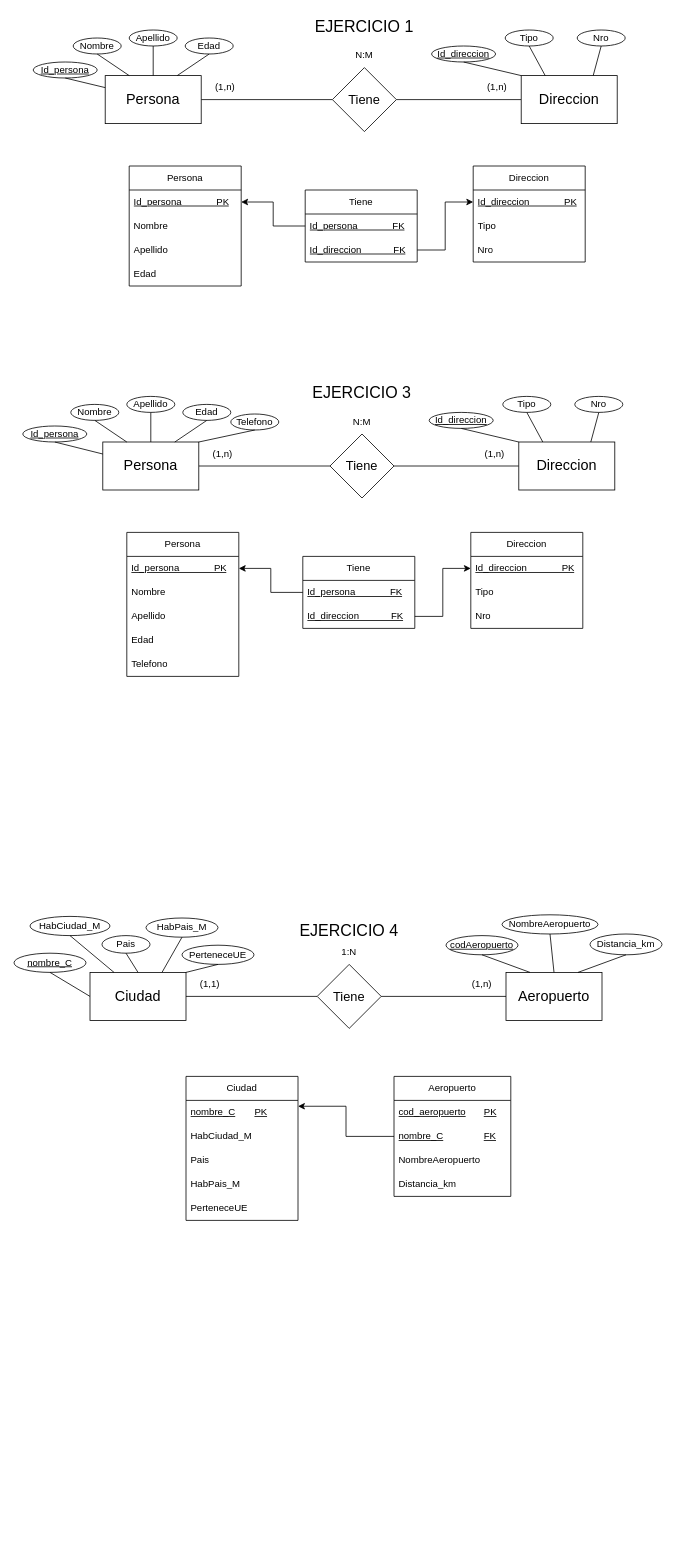
CGMarval/BAE keeps this draw.io diagram as Diagramas-Ejercicios-BD.drawio. Above is the earlier version. Source tidied: cells renumbered, new cells numbered last; positions are measured from the earlier drawing's top-left corner, leaving out a move shared by most shapes. Both pictures are drawn from the tidied source at 80%, with x=0, y=0 at pixel (14, 14).
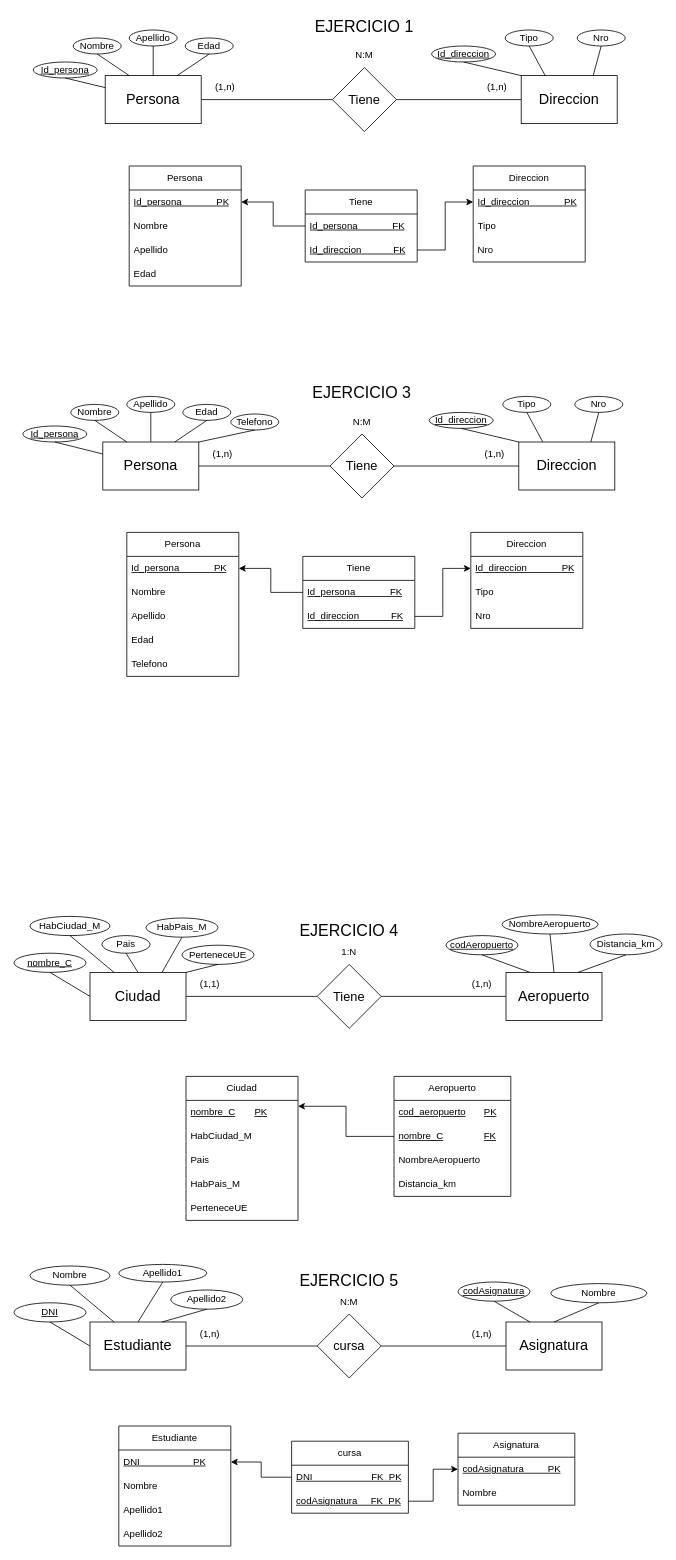
The same diagram, later.

Diff of the diagram source:
```diff
@@
+    <mxCell id="116" style="edgeStyle=orthogonalEdgeStyle;rounded=0;jettySize=auto;html=1;endArrow=none;endFill=0;" parent="1" edge="1" source="117" target="119">
+      <mxGeometry relative="1" as="geometry" />
+    </mxCell>
+    <mxCell id="117" value="&lt;font style=&quot;font-size: 18px;&quot;&gt;Estudiante&lt;/font&gt;" style="rounded=0;whiteSpace=wrap;html=1;" parent="1" vertex="1">
+      <mxGeometry x="95" y="1635" width="120" height="60" as="geometry" />
+    </mxCell>
+    <mxCell id="118" style="edgeStyle=orthogonalEdgeStyle;rounded=0;jettySize=auto;html=1;endArrow=none;endFill=0;" parent="1" edge="1" source="119" target="120">
+      <mxGeometry relative="1" as="geometry" />
+    </mxCell>
+    <mxCell id="119" value="&lt;font style=&quot;font-size: 16px;&quot;&gt;cursa&lt;/font&gt;" style="rhombus;whiteSpace=wrap;html=1;" parent="1" vertex="1">
+      <mxGeometry x="379" y="1625" width="80" height="80" as="geometry" />
+    </mxCell>
+    <mxCell id="120" value="&lt;font style=&quot;font-size: 18px;&quot;&gt;Asignatura&lt;/font&gt;" style="rounded=0;whiteSpace=wrap;html=1;" parent="1" vertex="1">
+      <mxGeometry x="615" y="1635" width="120" height="60" as="geometry" />
+    </mxCell>
+    <mxCell id="121" value="(1,n)" style="text;html=1;strokeColor=none;fillColor=none;align=center;verticalAlign=middle;whiteSpace=wrap;rounded=0;" parent="1" vertex="1">
+      <mxGeometry x="555" y="1635" width="60" height="30" as="geometry" />
+    </mxCell>
+    <mxCell id="122" value="(1,n)" style="text;html=1;strokeColor=none;fillColor=none;align=center;verticalAlign=middle;whiteSpace=wrap;rounded=0;" parent="1" vertex="1">
+      <mxGeometry x="215" y="1635" width="60" height="30" as="geometry" />
+    </mxCell>
+    <mxCell id="123" value="N:M" style="text;html=1;strokeColor=none;fillColor=none;align=center;verticalAlign=middle;whiteSpace=wrap;rounded=0;" parent="1" vertex="1">
+      <mxGeometry x="389" y="1595" width="60" height="30" as="geometry" />
+    </mxCell>
+    <mxCell id="124" value="Estudiante" style="swimlane;fontStyle=0;horizontal=1;startSize=30;whiteSpace=wrap;html=1;" parent="1" vertex="1">
+      <mxGeometry x="131" y="1765" width="140" height="150" as="geometry" />
+    </mxCell>
+    <mxCell id="125" value="DNI&amp;nbsp; &amp;nbsp; &amp;nbsp; &amp;nbsp; &amp;nbsp; &amp;nbsp; &amp;nbsp; &amp;nbsp; &amp;nbsp; &amp;nbsp; PK" style="text;strokeColor=none;fillColor=none;align=left;verticalAlign=middle;spacingLeft=4;spacingRight=4;overflow=hidden;points=[[0,0.5],[1,0.5]];portConstraint=eastwest;whiteSpace=wrap;html=1;fontStyle=4;" parent="124" vertex="1">
+      <mxGeometry y="30" width="140" height="30" as="geometry" />
+    </mxCell>
+    <mxCell id="126" value="Nombre" style="text;strokeColor=none;fillColor=none;align=left;verticalAlign=middle;spacingLeft=4;spacingRight=4;overflow=hidden;whiteSpace=wrap;html=1;" parent="124" vertex="1">
+      <mxGeometry y="60" width="140" height="30" as="geometry" />
+    </mxCell>
+    <mxCell id="127" value="Apellido1" style="text;strokeColor=none;fillColor=none;align=left;verticalAlign=middle;spacingLeft=4;spacingRight=4;overflow=hidden;whiteSpace=wrap;html=1;" parent="124" vertex="1">
+      <mxGeometry y="90" width="140" height="30" as="geometry" />
+    </mxCell>
+    <mxCell id="128" value="Apellido2" style="text;strokeColor=none;fillColor=none;align=left;verticalAlign=middle;spacingLeft=4;spacingRight=4;overflow=hidden;whiteSpace=wrap;html=1;" parent="124" vertex="1">
+      <mxGeometry y="120" width="140" height="30" as="geometry" />
+    </mxCell>
+    <mxCell id="129" value="Asignatura" style="swimlane;fontStyle=0;horizontal=1;startSize=30;whiteSpace=wrap;html=1;" parent="1" vertex="1">
+      <mxGeometry x="555" y="1774" width="146" height="90" as="geometry" />
+    </mxCell>
+    <mxCell id="130" value="codAsignatura&amp;nbsp; &amp;nbsp; &amp;nbsp; &amp;nbsp; &amp;nbsp;PK" style="text;strokeColor=none;fillColor=none;align=left;verticalAlign=middle;spacingLeft=4;spacingRight=4;overflow=hidden;points=[[0,0.5],[1,0.5]];portConstraint=eastwest;whiteSpace=wrap;html=1;fontStyle=4;" parent="129" vertex="1">
+      <mxGeometry y="30" width="146" height="30" as="geometry" />
+    </mxCell>
+    <mxCell id="131" value="Nombre" style="text;strokeColor=none;fillColor=none;align=left;verticalAlign=middle;spacingLeft=4;spacingRight=4;overflow=hidden;whiteSpace=wrap;html=1;" parent="129" vertex="1">
+      <mxGeometry y="60" width="146" height="30" as="geometry" />
+    </mxCell>
+    <mxCell id="132" value="&lt;font style=&quot;font-size: 20px;&quot;&gt;EJERCICIO 5&lt;/font&gt;" style="text;html=1;strokeColor=none;fillColor=none;align=center;verticalAlign=middle;whiteSpace=wrap;rounded=0;" parent="1" vertex="1">
+      <mxGeometry x="345" y="1567" width="148" height="30" as="geometry" />
+    </mxCell>
+    <mxCell id="133" value="DNI" style="ellipse;whiteSpace=wrap;html=1;fontStyle=4;" parent="1" vertex="1">
+      <mxGeometry y="1611" width="90" height="24" as="geometry" />
+    </mxCell>
+    <mxCell id="134" value="Nombre" style="ellipse;whiteSpace=wrap;html=1;" parent="1" vertex="1">
+      <mxGeometry x="20" y="1565" width="100" height="24" as="geometry" />
+    </mxCell>
+    <mxCell id="135" value="Apellido2" style="ellipse;whiteSpace=wrap;html=1;" parent="1" vertex="1">
+      <mxGeometry x="196" y="1595" width="90" height="24" as="geometry" />
+    </mxCell>
+    <mxCell id="136" value="Apellido1" style="ellipse;whiteSpace=wrap;html=1;" parent="1" vertex="1">
+      <mxGeometry x="131" y="1563" width="110" height="22" as="geometry" />
+    </mxCell>
+    <mxCell id="137" style="endArrow=none;html=1;rounded=0;entryX=0.5;entryY=1;entryDx=0;entryDy=0;exitX=0;exitY=0.5;exitDx=0;exitDy=0;" parent="1" edge="1" source="117" target="133">
+      <mxGeometry relative="1" as="geometry" />
+    </mxCell>
+    <mxCell id="138" style="endArrow=none;html=1;rounded=0;entryX=0.5;entryY=1;entryDx=0;entryDy=0;exitX=0.25;exitY=0;exitDx=0;exitDy=0;" parent="1" edge="1" source="117" target="134">
+      <mxGeometry relative="1" as="geometry" />
+    </mxCell>
+    <mxCell id="139" style="endArrow=none;html=1;rounded=0;entryX=0.5;entryY=1;entryDx=0;entryDy=0;exitX=0.5;exitY=0;exitDx=0;exitDy=0;" parent="1" edge="1" source="117" target="136">
+      <mxGeometry relative="1" as="geometry" />
+    </mxCell>
+    <mxCell id="140" style="endArrow=none;html=1;rounded=0;entryX=0.5;entryY=1;entryDx=0;entryDy=0;exitX=0.75;exitY=0;exitDx=0;exitDy=0;" parent="1" edge="1" source="117" target="135">
+      <mxGeometry relative="1" as="geometry" />
+    </mxCell>
+    <mxCell id="141" value="codAsignatura" style="ellipse;whiteSpace=wrap;html=1;fontStyle=4;" parent="1" vertex="1">
+      <mxGeometry x="555" y="1585" width="90" height="24" as="geometry" />
+    </mxCell>
+    <mxCell id="142" value="Nombre" style="ellipse;whiteSpace=wrap;html=1;" parent="1" vertex="1">
+      <mxGeometry x="671" y="1587" width="120" height="24" as="geometry" />
+    </mxCell>
+    <mxCell id="143" style="endArrow=none;html=1;rounded=0;entryX=0.5;entryY=1;entryDx=0;entryDy=0;exitX=0.5;exitY=0;exitDx=0;exitDy=0;" parent="1" edge="1" source="120" target="142">
+      <mxGeometry relative="1" as="geometry" />
+    </mxCell>
+    <mxCell id="144" style="endArrow=none;html=1;rounded=0;entryX=0.5;entryY=1;entryDx=0;entryDy=0;exitX=0.25;exitY=0;exitDx=0;exitDy=0;" parent="1" edge="1" source="120" target="141">
+      <mxGeometry relative="1" as="geometry" />
+    </mxCell>
+    <mxCell id="145" value="cursa" style="swimlane;fontStyle=0;horizontal=1;startSize=30;whiteSpace=wrap;html=1;" parent="1" vertex="1">
+      <mxGeometry x="347" y="1784" width="146" height="90" as="geometry" />
+    </mxCell>
+    <mxCell id="146" value="DNI&amp;nbsp; &amp;nbsp; &amp;nbsp; &amp;nbsp; &amp;nbsp; &amp;nbsp; &amp;nbsp; &amp;nbsp; &amp;nbsp; &amp;nbsp; &amp;nbsp; FK&amp;nbsp; PK" style="text;strokeColor=none;fillColor=none;align=left;verticalAlign=middle;spacingLeft=4;spacingRight=4;overflow=hidden;points=[[0,0.5],[1,0.5]];portConstraint=eastwest;whiteSpace=wrap;html=1;fontStyle=4;" parent="145" vertex="1">
+      <mxGeometry y="30" width="146" height="30" as="geometry" />
+    </mxCell>
+    <mxCell id="147" value="&lt;u&gt;codAsignatura&amp;nbsp; &amp;nbsp; &amp;nbsp;FK&amp;nbsp; PK&lt;/u&gt;" style="text;strokeColor=none;fillColor=none;align=left;verticalAlign=middle;spacingLeft=4;spacingRight=4;overflow=hidden;points=[[0,0.5],[1,0.5]];portConstraint=eastwest;whiteSpace=wrap;html=1;" parent="145" vertex="1">
+      <mxGeometry y="60" width="146" height="30" as="geometry" />
+    </mxCell>
+    <mxCell id="148" style="edgeStyle=orthogonalEdgeStyle;rounded=0;jettySize=auto;html=1;entryX=1;entryY=0.5;entryDx=0;entryDy=0;" parent="1" edge="1" source="146" target="125">
+      <mxGeometry relative="1" as="geometry" />
+    </mxCell>
+    <mxCell id="149" style="edgeStyle=orthogonalEdgeStyle;rounded=0;jettySize=auto;html=1;" parent="1" edge="1" source="147" target="130">
+      <mxGeometry relative="1" as="geometry" />
+    </mxCell>
```
